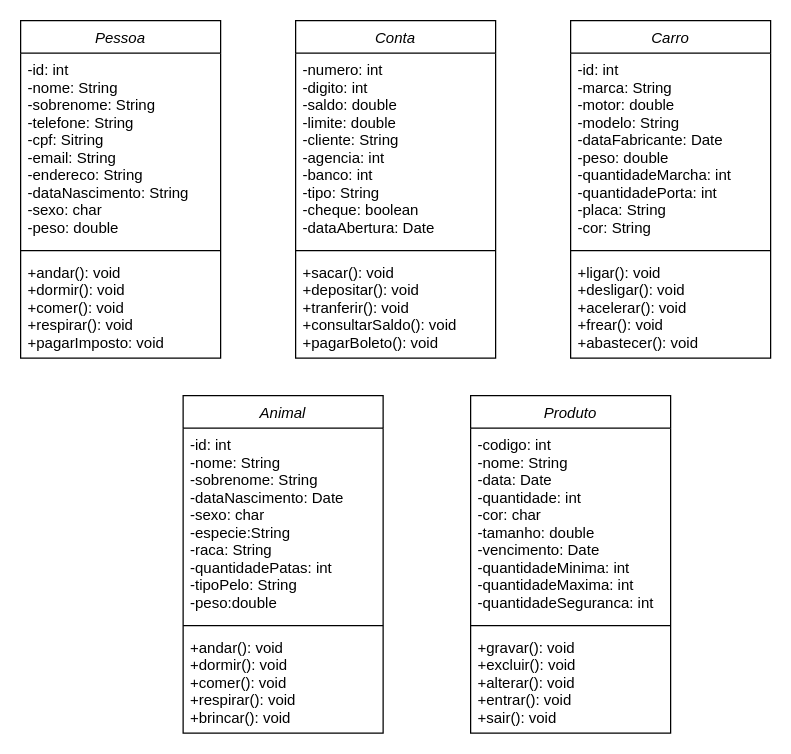
Earlier version of the draw.io diagram Diagrama_Classe_Orientacao_Objetos.drawio (japa2002/Aulas_Unisociesc). Source tidied: cells renumbered, new cells numbered last; positions are measured from the earlier drawing's top-left corner, leaving out a move shared by most shapes. Both pictures are drawn from the tidied source at 125%, with x=0, y=0 at pixel (20, 20).
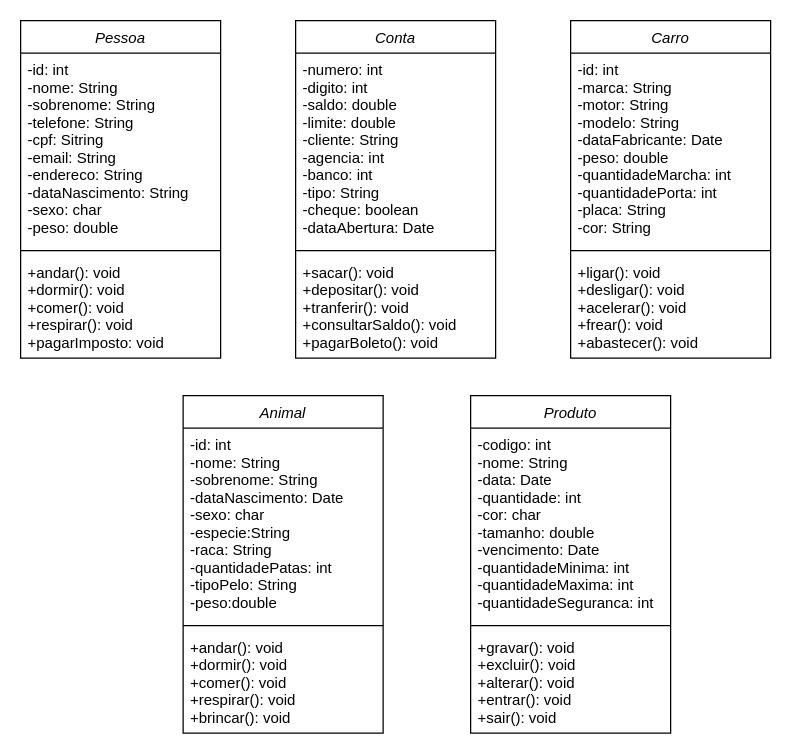
Above is the later version.

The change refers to these unchanged cells:
```xml
<mxCell id="10" value="Carro" style="swimlane;fontStyle=2;align=center;verticalAlign=top;horizontal=1;startSize=26;rounded=0;shadow=0;strokeWidth=1;" parent="1" vertex="1">
  <mxGeometry x="440" width="160" height="270" as="geometry" />
</mxCell>
```

Diff of the diagram source:
```diff
@@
-    <mxCell id="11" value="-id: int&#10;-marca: String&#10;-motor: double&#10;-modelo: String&#10;-dataFabricante: Date&#10;-peso: double&#10;-quantidadeMarcha: int&#10;-quantidadePorta: int&#10;-placa: String&#10;-cor: String" style="text;align=left;verticalAlign=top;spacingLeft=4;spacingRight=4;overflow=hidden;" parent="10" vertex="1">
+    <mxCell id="11" value="-id: int&#10;-marca: String&#10;-motor: String&#10;-modelo: String&#10;-dataFabricante: Date&#10;-peso: double&#10;-quantidadeMarcha: int&#10;-quantidadePorta: int&#10;-placa: String&#10;-cor: String" style="text;align=left;verticalAlign=top;spacingLeft=4;spacingRight=4;overflow=hidden;" parent="10" vertex="1">
       <mxGeometry y="26" width="160" height="154" as="geometry" />
     </mxCell>
```
